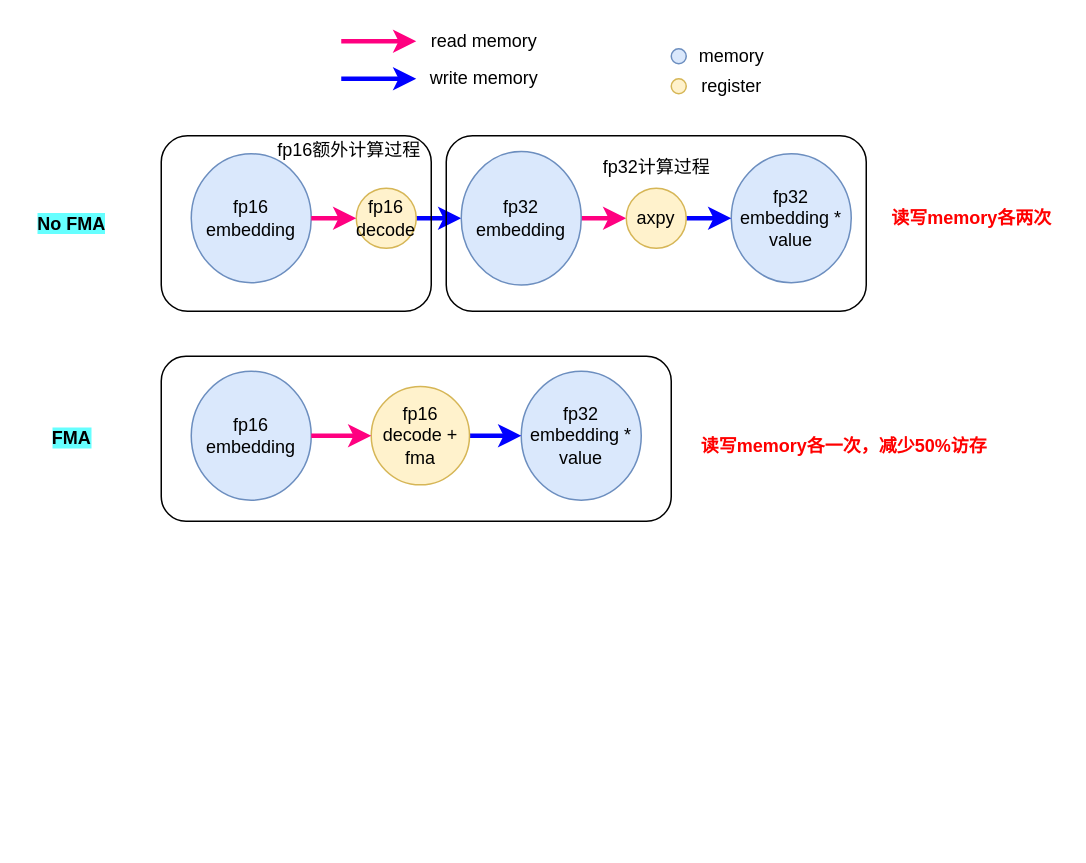
Above: Build Input.drawio in 111qqz/2018FALL (draw.io), before the change. Source tidied: cells renumbered, new cells numbered last; positions are measured from the earlier drawing's top-left corner, leaving out a move shared by most shapes. Both pictures are drawn from the tidied source at 150%, with x=0, y=0 at pixel (26, 26).
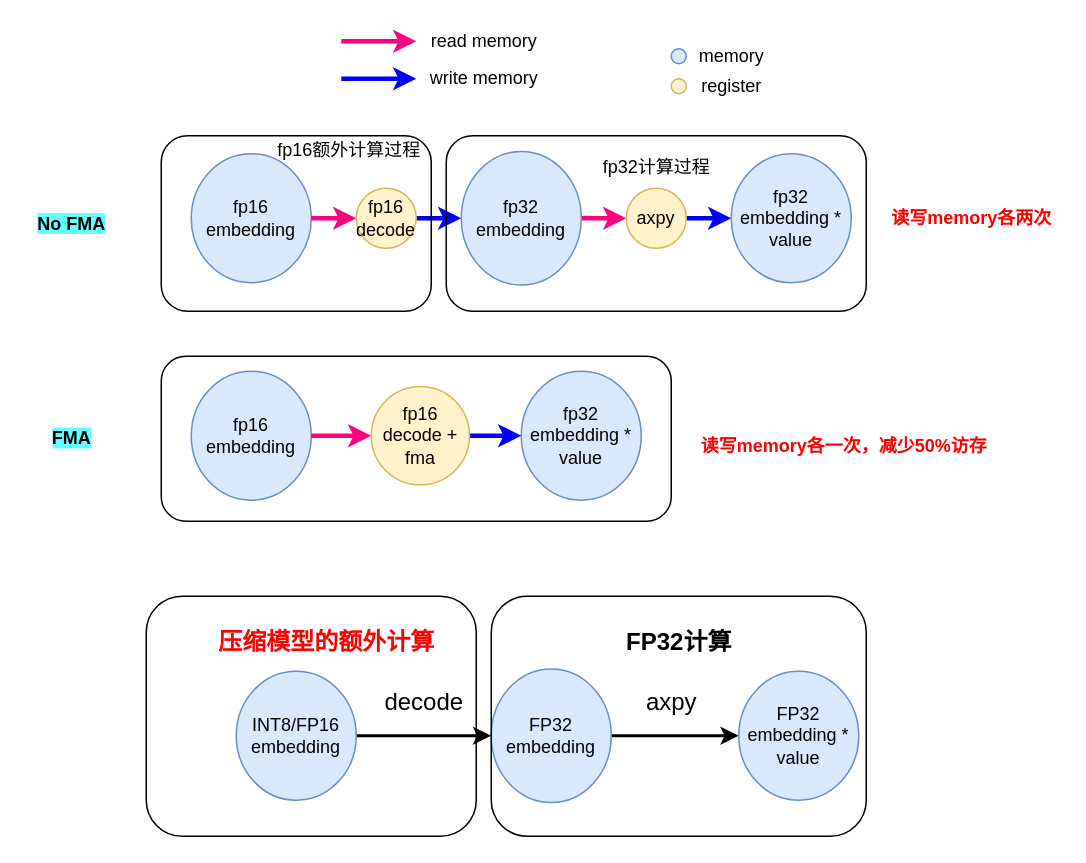
Above is the later version.

The edit, as a diff of the source:
```diff
@@
+    <mxCell id="33" style="edgeStyle=orthogonalEdgeStyle;rounded=0;jettySize=auto;html=1;entryX=0;entryY=0.5;entryDx=0;entryDy=0;fontSize=16;fontColor=#000000;strokeWidth=2;" parent="1" edge="1" source="34" target="36">
+      <mxGeometry relative="1" as="geometry" />
+    </mxCell>
+    <mxCell id="34" value="INT8/FP16 embedding" style="ellipse;whiteSpace=wrap;html=1;fillColor=#dae8fc;strokeColor=#6c8ebf;" parent="1" vertex="1">
+      <mxGeometry x="140" y="430" width="80" height="86" as="geometry" />
+    </mxCell>
+    <mxCell id="35" style="edgeStyle=orthogonalEdgeStyle;rounded=0;jettySize=auto;html=1;entryX=0;entryY=0.5;entryDx=0;entryDy=0;fontSize=16;fontColor=#000000;strokeWidth=2;" parent="1" edge="1" source="36" target="37">
+      <mxGeometry relative="1" as="geometry" />
+    </mxCell>
+    <mxCell id="36" value="FP32 embedding" style="ellipse;whiteSpace=wrap;html=1;fillColor=#dae8fc;strokeColor=#6c8ebf;" parent="1" vertex="1">
+      <mxGeometry x="310" y="428.5" width="80" height="89" as="geometry" />
+    </mxCell>
+    <mxCell id="37" value="FP32 embedding * value" style="ellipse;whiteSpace=wrap;html=1;fillColor=#dae8fc;strokeColor=#6c8ebf;" parent="1" vertex="1">
+      <mxGeometry x="475" y="430" width="80" height="86" as="geometry" />
+    </mxCell>
+    <mxCell id="38" value="decode" style="text;html=1;align=center;verticalAlign=middle;strokeColor=none;fillColor=none;fontSize=16;fontColor=#000000;" parent="1" vertex="1">
+      <mxGeometry x="230" y="440" width="70" height="20" as="geometry" />
+    </mxCell>
+    <mxCell id="39" value="axpy" style="text;html=1;align=center;verticalAlign=middle;strokeColor=none;fillColor=none;fontSize=16;fontColor=#000000;" parent="1" vertex="1">
+      <mxGeometry x="405" y="440" width="50" height="20" as="geometry" />
+    </mxCell>
+    <mxCell id="40" style="rounded=1;whiteSpace=wrap;html=1;fillColor=none;" parent="1" vertex="1">
+      <mxGeometry x="80" y="380" width="220" height="160" as="geometry" />
+    </mxCell>
+    <mxCell id="41" style="rounded=1;whiteSpace=wrap;html=1;fillColor=none;" parent="1" vertex="1">
+      <mxGeometry x="310" y="380" width="250" height="160" as="geometry" />
+    </mxCell>
+    <mxCell id="42" value="&lt;font color=&quot;#000000&quot;&gt;&lt;span style=&quot;font-size: 16px&quot;&gt;&lt;b&gt;FP32计算&lt;/b&gt;&lt;/span&gt;&lt;/font&gt;" style="text;html=1;align=center;verticalAlign=middle;strokeColor=none;fillColor=none;fontSize=14;fontColor=#42FFEC;" parent="1" vertex="1">
+      <mxGeometry x="390" y="400" width="90" height="20" as="geometry" />
+    </mxCell>
+    <mxCell id="43" value="&lt;span style=&quot;font-size: 16px&quot;&gt;&lt;b&gt;&lt;font color=&quot;#ff0000&quot;&gt;压缩模型的额外计算&lt;/font&gt;&lt;/b&gt;&lt;/span&gt;" style="text;html=1;align=center;verticalAlign=middle;strokeColor=none;fillColor=none;fontSize=14;fontColor=#42FFEC;" parent="1" vertex="1">
+      <mxGeometry x="120" y="400" width="160" height="20" as="geometry" />
+    </mxCell>
```
